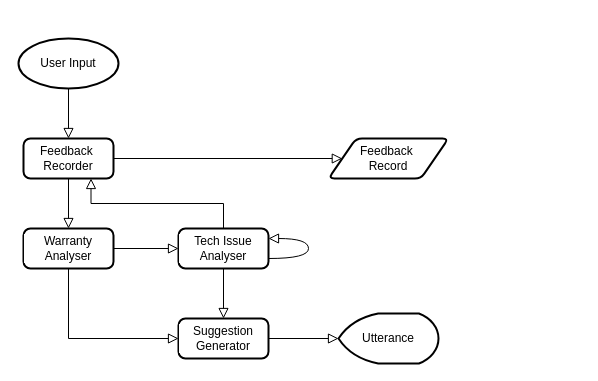
The draw.io diagram page "graph_of_thoughts" (3 of 3) of doc/XoT_Tutorial_Diagrams.drawio in Dingdong-LIU/XoT_Tutorial, before the edit. Source tidied: cells renumbered, new cells numbered last; positions are measured from the earlier drawing's top-left corner, leaving out a move shared by most shapes. Both pictures are drawn from the tidied source at 100%, with x=0, y=0 at pixel (18, 38).
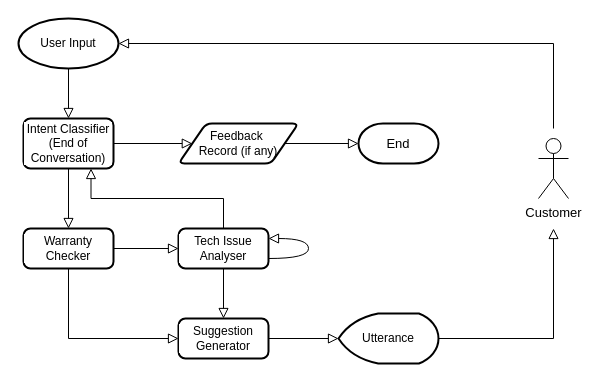
Above is the later version.

Unchanged cells that the change refers to:
```xml
<mxCell id="12" value="Utterance" style="strokeWidth=2;html=1;shape=mxgraph.flowchart.display;whiteSpace=wrap;strokeColor=default;align=center;verticalAlign=middle;fontFamily=Helvetica;fontSize=12;fontColor=default;labelBackgroundColor=default;fillColor=default;" parent="1" vertex="1">
  <mxGeometry x="320" y="275" width="100" height="50" as="geometry" />
</mxCell>
```

What changed in the source:
```diff
@@
+    <mxCell id="18" style="edgeStyle=orthogonalEdgeStyle;rounded=0;jettySize=auto;html=1;exitX=1;exitY=0.5;exitDx=0;exitDy=0;exitPerimeter=0;targetPerimeterSpacing=10;startArrow=block;startFill=0;endSize=6;endArrow=none;endFill=0;startSize=8;" parent="1" edge="1" source="3" target="22">
+      <mxGeometry relative="1" as="geometry" />
+    </mxCell>
     <mxCell id="3" value="User Input" style="strokeWidth=2;html=1;shape=mxgraph.flowchart.start_1;whiteSpace=wrap;strokeColor=default;align=center;verticalAlign=middle;fontFamily=Helvetica;fontSize=12;fontColor=default;labelBackgroundColor=default;fillColor=default;" parent="1" vertex="1">
-      <mxGeometry width="100" height="50" as="geometry" />
+      <mxGeometry y="-20" width="100" height="50" as="geometry" />
     </mxCell>
@@
-    <mxCell id="6" value="Warranty Analyser" style="rounded=1;whiteSpace=wrap;html=1;absoluteArcSize=1;arcSize=14;strokeWidth=2;strokeColor=default;align=center;verticalAlign=middle;fontFamily=Helvetica;fontSize=12;fontColor=default;labelBackgroundColor=default;fillColor=default;" parent="1" vertex="1">
+    <mxCell id="6" value="Warranty Checker" style="rounded=1;whiteSpace=wrap;html=1;absoluteArcSize=1;arcSize=14;strokeWidth=2;strokeColor=default;align=center;verticalAlign=middle;fontFamily=Helvetica;fontSize=12;fontColor=default;labelBackgroundColor=default;fillColor=default;" parent="1" vertex="1">
       <mxGeometry x="5" y="190" width="90" height="40" as="geometry" />
     </mxCell>
@@
+    <mxCell id="19" style="edgeStyle=orthogonalEdgeStyle;rounded=0;jettySize=auto;html=1;exitX=1;exitY=0.5;exitDx=0;exitDy=0;exitPerimeter=0;targetPerimeterSpacing=30;endArrow=block;endFill=0;endSize=8;" parent="1" edge="1" source="12" target="22">
+      <mxGeometry relative="1" as="geometry" />
+    </mxCell>
@@
-    <mxCell id="15" value="Feedback&amp;nbsp;&lt;div&gt;Recorder&lt;/div&gt;" style="whiteSpace=wrap;html=1;strokeWidth=2;labelBackgroundColor=default;rounded=1;absoluteArcSize=1;arcSize=14;" parent="1" vertex="1">
-      <mxGeometry x="5" y="100" width="90" height="40" as="geometry" />
+    <mxCell id="15" value="Intent Classifier (End of Conversation)" style="whiteSpace=wrap;html=1;strokeWidth=2;labelBackgroundColor=default;rounded=1;absoluteArcSize=1;arcSize=14;" parent="1" vertex="1">
+      <mxGeometry x="5" y="80" width="90" height="50" as="geometry" />
     </mxCell>
+    <mxCell id="20" style="edgeStyle=none;html=1;entryX=0;entryY=0.5;entryDx=0;entryDy=0;entryPerimeter=0;endSize=8;endArrow=block;endFill=0;" parent="1" edge="1" source="16" target="21">
+      <mxGeometry relative="1" as="geometry" />
+    </mxCell>
-    <mxCell id="16" value="Feedback&amp;nbsp;&lt;div&gt;Record&lt;/div&gt;" style="rounded=1;whiteSpace=wrap;html=1;fontSize=12;glass=0;strokeWidth=2;shadow=0;absoluteArcSize=1;arcSize=12;shape=parallelogram;perimeter=parallelogramPerimeter;size=0.23;" parent="1" vertex="1">
-      <mxGeometry x="310" y="100" width="120" height="40" as="geometry" />
+    <mxCell id="16" value="Feedback&amp;nbsp;&lt;div&gt;Record (if any)&lt;/div&gt;" style="rounded=1;whiteSpace=wrap;html=1;fontSize=12;glass=0;strokeWidth=2;shadow=0;absoluteArcSize=1;arcSize=12;shape=parallelogram;perimeter=parallelogramPerimeter;size=0.23;" parent="1" vertex="1">
+      <mxGeometry x="160" y="85" width="120" height="40" as="geometry" />
     </mxCell>
@@
+    <mxCell id="21" value="End" style="whiteSpace=wrap;html=1;strokeWidth=2;labelBackgroundColor=default;shape=mxgraph.flowchart.terminator;fontSize=13;" parent="1" vertex="1">
+      <mxGeometry x="340" y="85" width="80" height="40" as="geometry" />
+    </mxCell>
+    <mxCell id="22" value="Customer" style="shape=umlActor;verticalLabelPosition=bottom;verticalAlign=top;html=1;outlineConnect=0;fontFamily=Helvetica;fontSize=13;fontColor=default;labelBackgroundColor=default;" parent="1" vertex="1">
+      <mxGeometry x="520" y="100" width="30" height="60" as="geometry" />
+    </mxCell>
```
